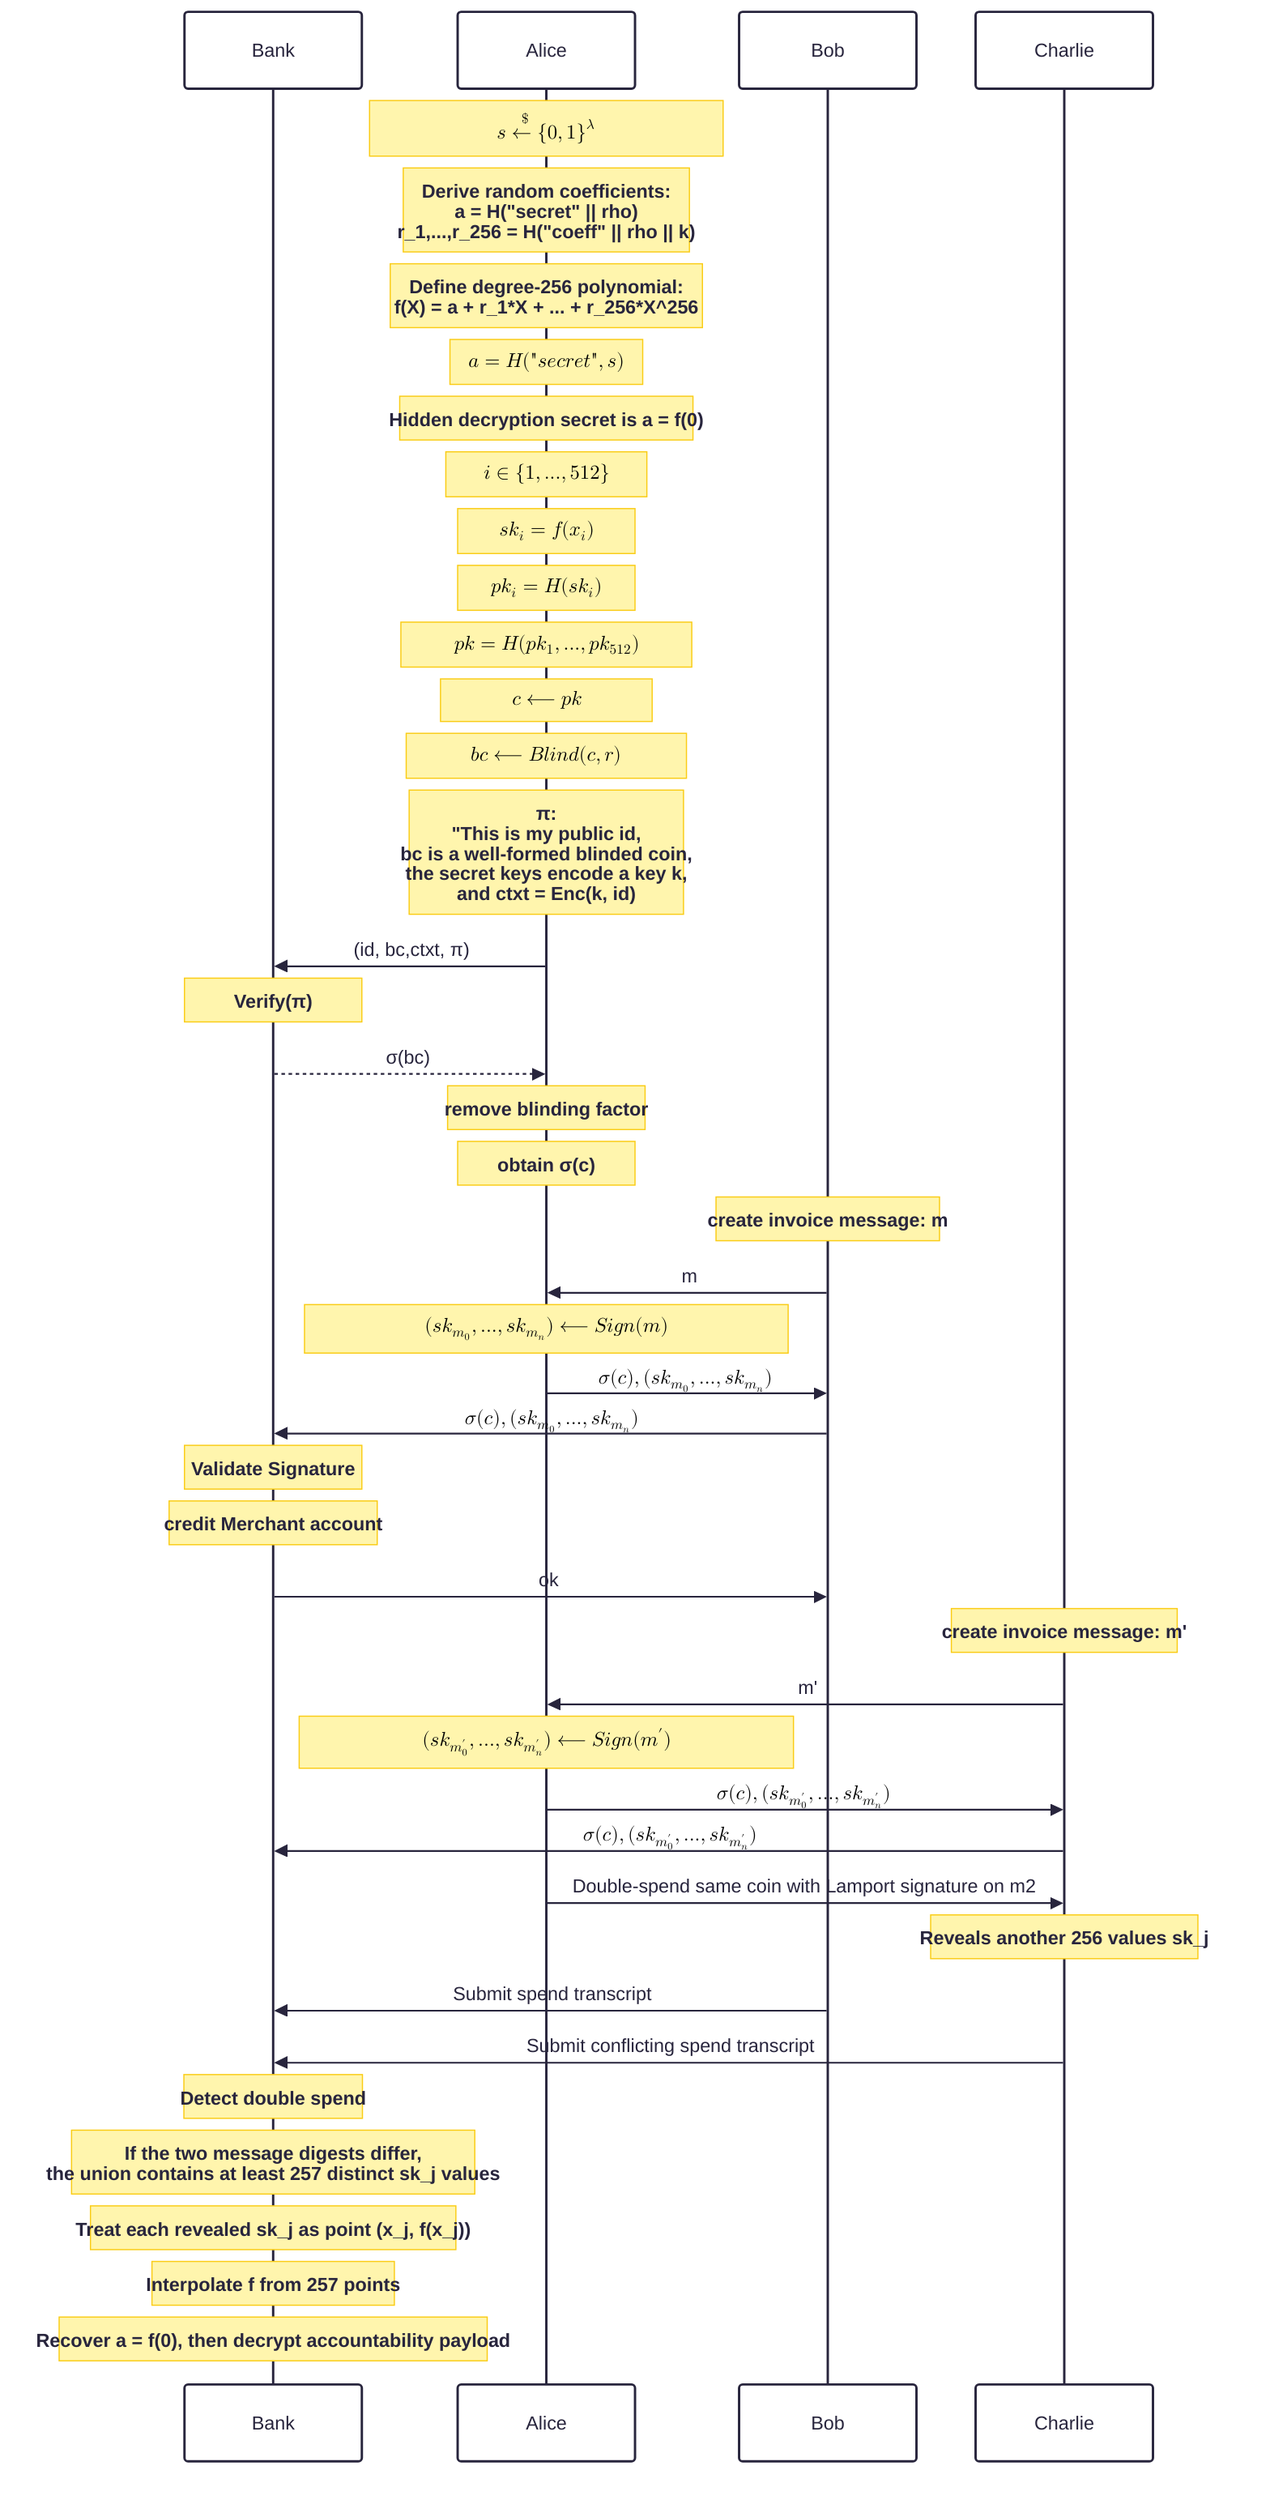
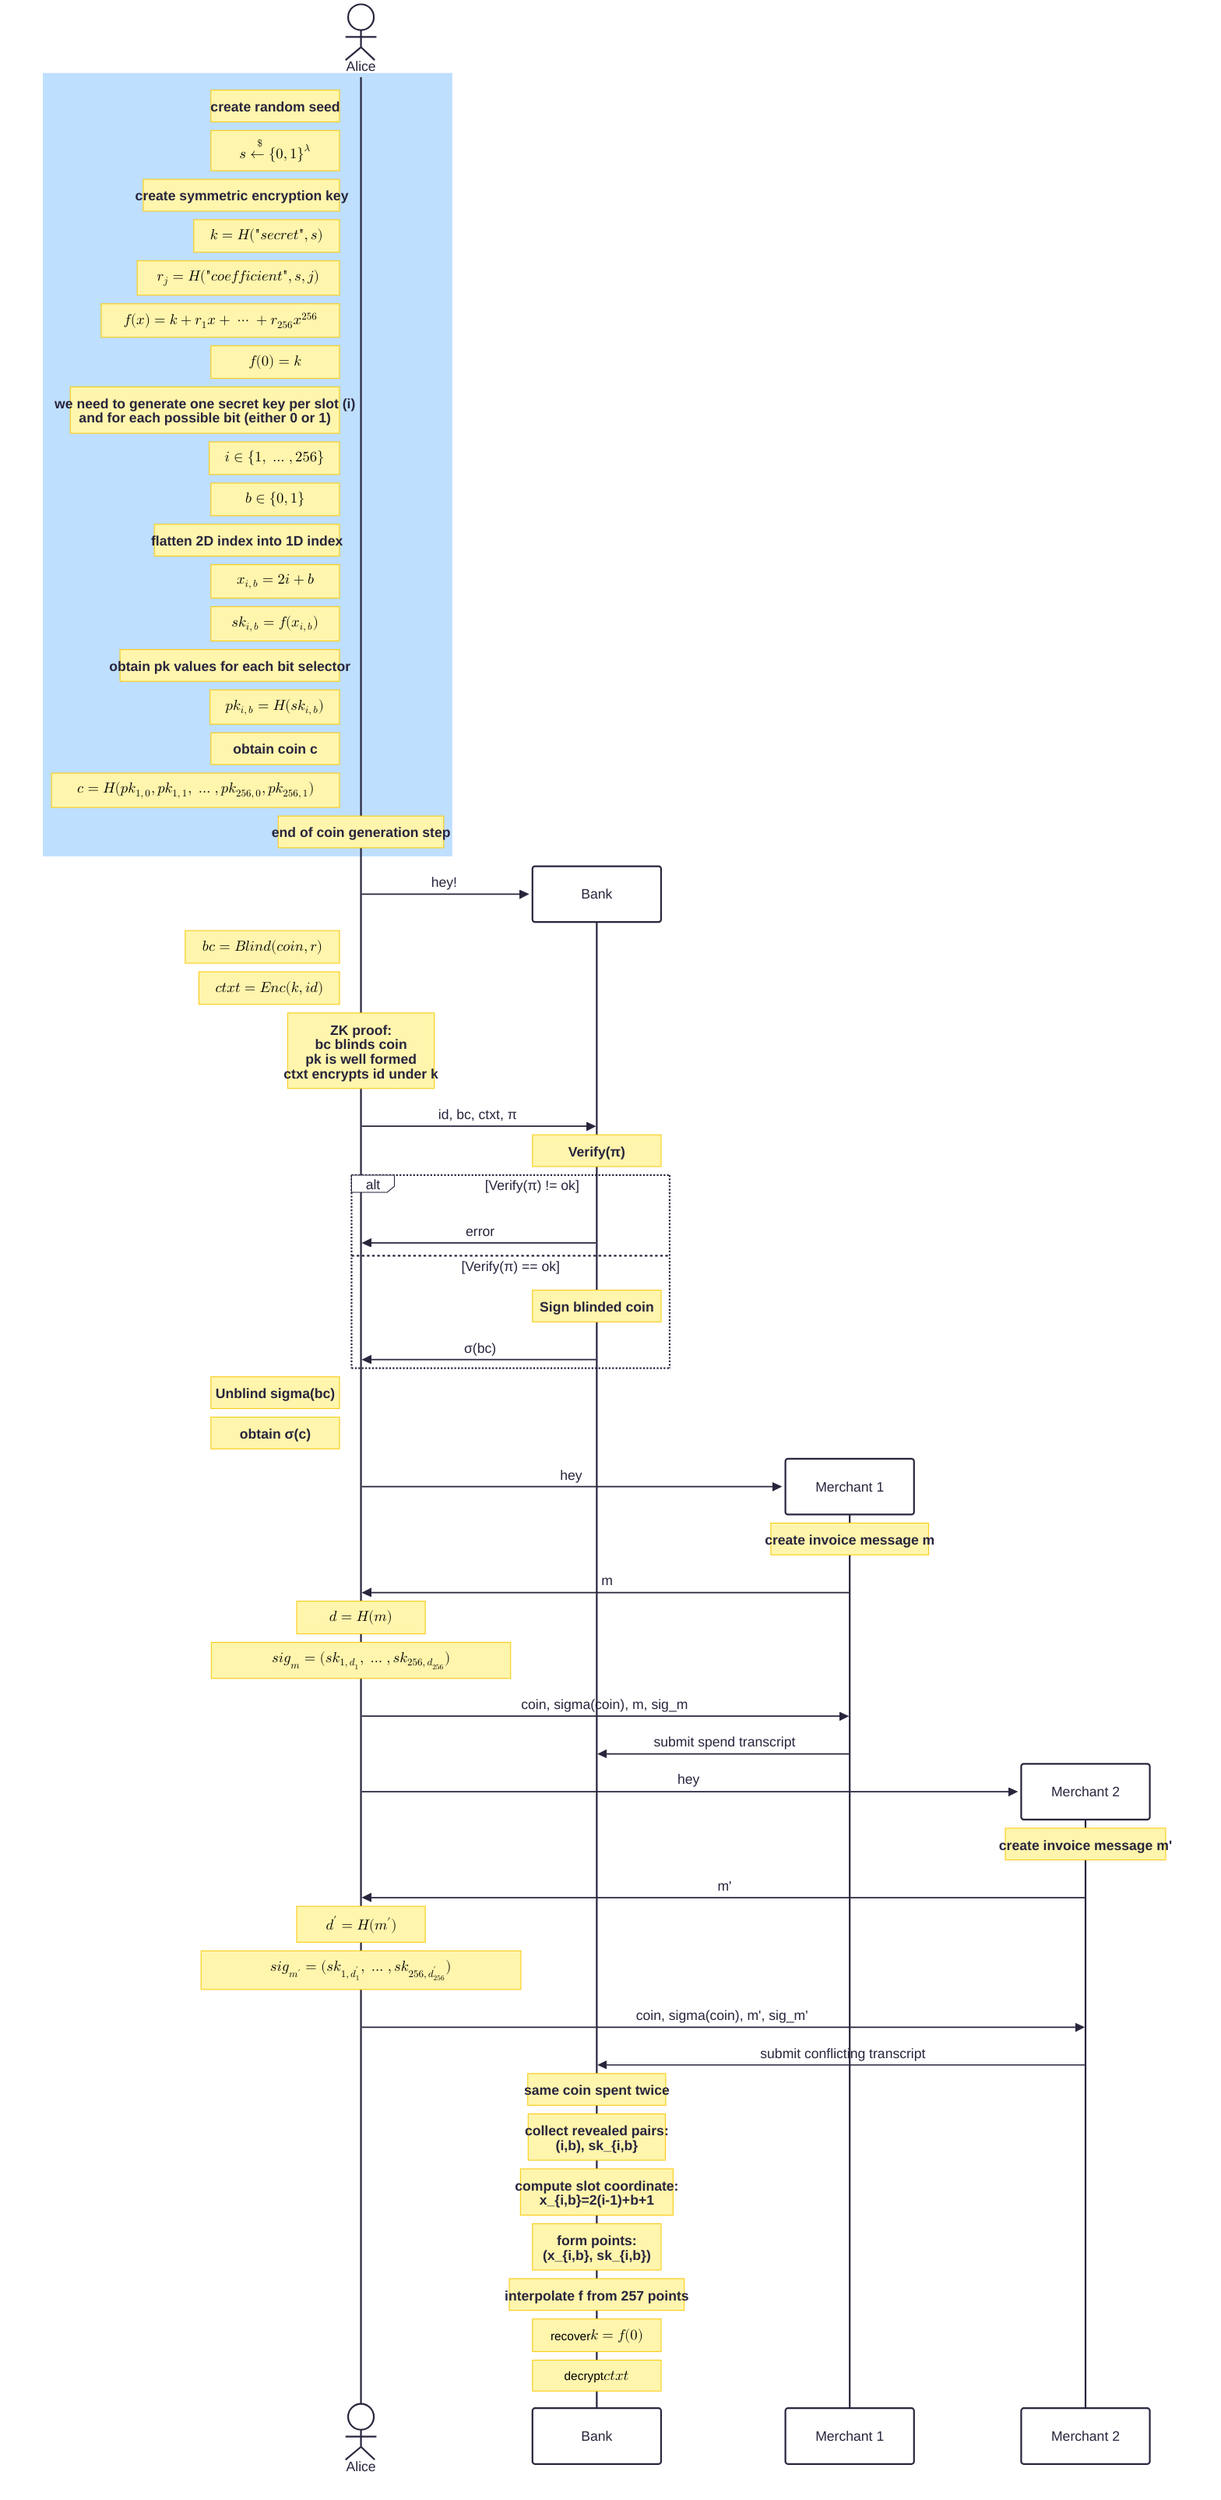
---
config:
  look: handDrawn
  theme: redux
---
sequenceDiagram
-     participant bank as Bank
-     participant a as Alice
-     participant b as Bob
-     participant c as Charlie

-     Note over a: $$s \xleftarrow{\$}{\{0, 1\}^{\lambda}}$$
+     actor a as Alice

-     Note over a: Derive random coefficients:<br/>a = H("secret" || rho)<br/>r_1,...,r_256 = H("coeff" || rho || k)
+     rect rgb(191, 223, 255)

-     Note over a: Define degree-256 polynomial:<br/>f(X) = a + r_1*X + ... + r_256*X^256
+     note left of a: create random seed
+     Note left of a: $$s \xleftarrow{\$} \{0,1\}^{\lambda}$$

-     note over a: $$a = H("secret", s)$$
-     Note over a: Hidden decryption secret is a = f(0)
+     note left of a: create symmetric encryption key
+     Note left of a: $$k = H("secret", s)$$

-     Note over a: $$ i \in \{1, ..., 512\}$$
-     Note over a: $$sk_{i} = f(x_i)$$<br/>
-     Note over a: $$pk_i = H(sk_i)$$
+     Note left of a: $$r_j = H("coefficient", s, j)$$

-     Note over a: $$pk = H(pk_{1}, ..., pk_{512})$$
+     Note left of a: $$f(x)=k+r_{1} x + \cdots + r_{256} x^{256}$$

-     note over a: $$c \longleftarrow pk $$
-     note over a: $$bc \longleftarrow Blind(c, r) $$
-     note over a: π:<br>"This is my public id,<br> bc is a well-formed blinded coin, <br> the secret keys encode a key k,<br> and ctxt = Enc(k, id)
-     %% Send blinded coin
-     a->>bank: (id, bc,ctxt, π)
+     Note left of a: $$f(0) = k$$

-     note over bank: Verify(π)
+     note left of a: we need to generate one secret key per slot (i)<br>and for each possible bit (either 0 or 1)
+     Note left of a: $$i \in \{1,\ldots,256\}$$
+     Note left of a: $$b \in \{0,1\}$$

-     bank-->>a: σ(bc)

-     note over a: remove blinding factor
-     note over a: obtain σ(c)
+     note left of a: flatten 2D index into 1D index
+     Note left of a: $$x_{i,b} = 2i + b $$

-     note over b: create invoice message: m
-     b ->> a: m
-     note over a: $$ (sk_{m_{0}}, ..., sk_{m_{n}}) \longleftarrow Sign(m)$$
-     a ->> b:  $$ \sigma(c), (sk_{m_{0}}, ..., sk_{m_{n}})$$
-     b ->> bank: $$ \sigma(c), (sk_{m_{0}}, ..., sk_{m_{n}})$$
+     Note left of a: $$sk_{i,b}=f(x_{i,b})$$

-     note over bank: Validate Signature
+     Note left of a: obtain pk values for each bit selector

-     note over bank: credit Merchant account
-     bank ->>b: ok
+     Note left of a: $$pk_{i,b} = H(sk_{i,b})$$

-     note over c: create invoice message: m'
+     note left of a: obtain coin c
+     Note left of a: $$ c = H(pk_{1,0},pk_{1,1},\ldots,pk_{256,0},pk_{256,1})$$

-     c ->> a: m'

-     note over a: $$ (sk_{m'_{0}}, ..., sk_{m'_{n}}) \longleftarrow Sign(m')$$

-     a ->> c:  $$ \sigma(c), (sk_{m'_{0}}, ..., sk_{m'_{n}})$$

-     c ->> bank: $$ \sigma(c), (sk_{m'_{0}}, ..., sk_{m'_{n}})$$
+     note over a: end of coin generation step
+ end

-     a->>c: Double-spend same coin with Lamport signature on m2
-     Note over c: Reveals another 256 values sk_j

-     b->>bank: Submit spend transcript
-     c->>bank: Submit conflicting spend transcript
+     create participant bank as Bank

-     note over bank: Detect double spend
-     Note over bank: If the two message digests differ,<br/>the union contains at least 257 distinct sk_j values
+     a ->> bank: hey!

-     Note over bank: Treat each revealed sk_j as point (x_j, f(x_j))
+     Note left of a: $$bc=Blind(coin,r)$$

-     Note over bank: Interpolate f from 257 points

-     Note over bank: Recover a = f(0), then decrypt accountability payload
+     Note left of a: $$ctxt=Enc(k,id)$$
+ 
+     Note over a: ZK proof:<br/>bc blinds coin<br/>pk is well formed<br/>ctxt encrypts id under k
+ 
+     a->>bank: id, bc, ctxt, π
+ 
+         Note over bank: Verify(π)
+ 
+     alt Verify(π) != ok
+ 
+         bank ->> a: error
+ 
+     else Verify(π) == ok
+     note over bank: Sign blinded coin
+         bank ->> a: σ(bc)
+ 
+     end
+ 
+ 
+     Note left of a: Unblind sigma(bc)
+ 
+     Note left of a: obtain σ(c)
+ 
+ 
+     create participant b as Merchant 1
+     a ->>b :hey
+ 
+ 
+     Note over b: create invoice message m
+ 
+     b->>a: m
+ 
+     Note over a: $$d=H(m)$$
+ 
+     Note over a: $$sig_m=(sk_{1,d_1},\ldots,sk_{256,d_{256}})$$
+ 
+     a->>b: coin, sigma(coin), m, sig_m
+ 
+     b->>bank: submit spend transcript
+ 
+ 
+     %% Interaction with
+     create participant c as Merchant 2
+     a ->> c: hey
+ 
+     Note over c: create invoice message m'
+ 
+     c->>a: m'
+ 
+     Note over a: $$d'=H(m')$$
+ 
+     Note over a: $$sig_{m'}=(sk_{1,d'_1},\ldots,sk_{256,d'_{256}})$$
+ 
+     a->>c: coin, sigma(coin), m', sig_m'
+ 
+     c->>bank: submit conflicting transcript
+ 
+     Note over bank: same coin spent twice
+ 
+     Note over bank: collect revealed pairs:<br/>(i,b), sk_{i,b}
+ 
+     Note over bank: compute slot coordinate:<br/>x_{i,b}=2(i-1)+b+1
+ 
+     Note over bank: form points:<br/>(x_{i,b}, sk_{i,b})
+ 
+     Note over bank: interpolate f from 257 points
+ 
+     Note over bank: recover $$k=f(0)$$
+ 
+     Note over bank: decrypt $$ctxt$$
